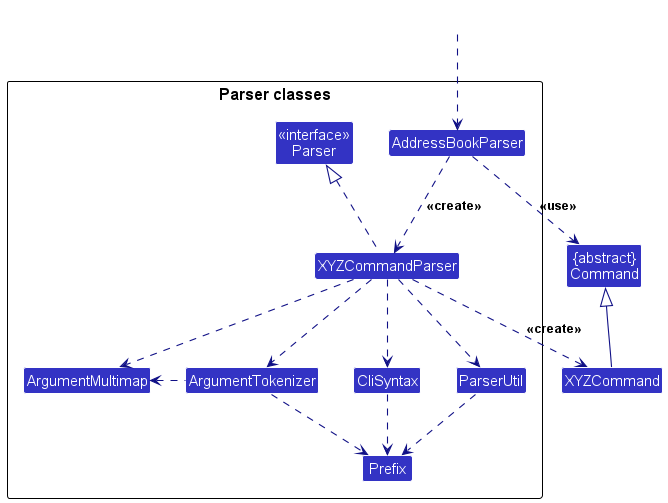
This is docs/images/ParserClasses.png from nus-cs2103-AY2425S1/tp, a PlantUML export, as it was before one commit.
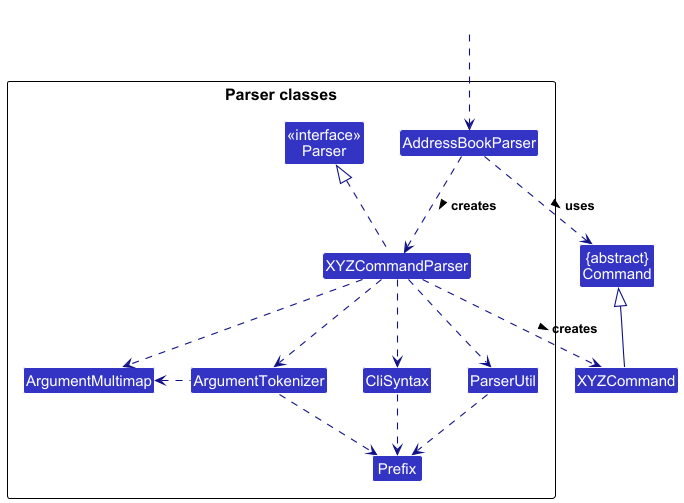
The same diagram one commit later.

Commit message:
Update Parser component diagrams

Change to the diagram source:
```diff
@@ -21,10 +21,10 @@
 Class HiddenOutside #FFFFFF
 HiddenOutside ..> AddressBookParser
 
-AddressBookParser .down.> XYZCommandParser: <<create>>
+AddressBookParser .down.> XYZCommandParser: creates >
 
-XYZCommandParser ..> XYZCommand : <<create>>
-AddressBookParser ..> Command : <<use>>
+XYZCommandParser ..> XYZCommand : creates >
+AddressBookParser ..> Command : uses >
 XYZCommandParser .up.|> Parser
 XYZCommandParser ..> ArgumentMultimap
 XYZCommandParser ..> ArgumentTokenizer
```
